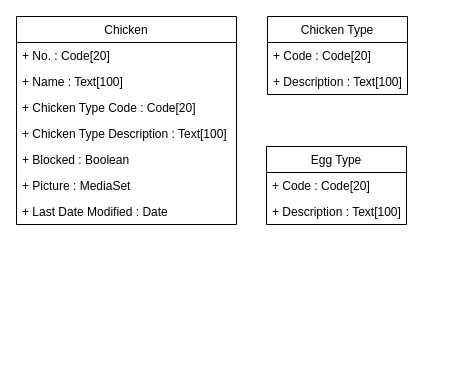
This is Chicken Management/eggsER.drawio from noahleca/formacionNoah, a draw.io file, before an edit. Source tidied: cells renumbered, new cells numbered last; positions are measured from the earlier drawing's top-left corner, leaving out a move shared by most shapes. Both pictures are drawn from the tidied source at 100%, with x=0, y=0 at pixel (16, 16).
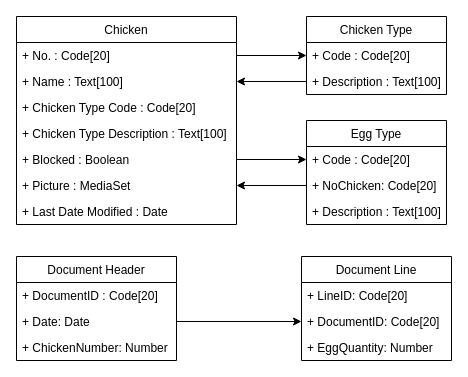
Above is the later version.

Unchanged cells that the change refers to:
```xml
<mxCell id="3" value="+ No. : Code[20]" style="text;strokeColor=none;fillColor=none;align=left;verticalAlign=top;spacingLeft=4;spacingRight=4;overflow=hidden;points=[[0,0.5],[1,0.5]];portConstraint=eastwest;" parent="2" vertex="1">
  <mxGeometry y="26" width="220" height="26" as="geometry" />
</mxCell>
<mxCell id="4" value="+ Name : Text[100]" style="text;strokeColor=none;fillColor=none;align=left;verticalAlign=top;spacingLeft=4;spacingRight=4;overflow=hidden;points=[[0,0.5],[1,0.5]];portConstraint=eastwest;" parent="2" vertex="1">
  <mxGeometry y="52" width="220" height="26" as="geometry" />
</mxCell>
<mxCell id="7" value="+ Blocked : Boolean" style="text;strokeColor=none;fillColor=none;align=left;verticalAlign=top;spacingLeft=4;spacingRight=4;overflow=hidden;points=[[0,0.5],[1,0.5]];portConstraint=eastwest;" parent="2" vertex="1">
  <mxGeometry y="130" width="220" height="26" as="geometry" />
</mxCell>
<mxCell id="8" value="+ Picture : MediaSet" style="text;strokeColor=none;fillColor=none;align=left;verticalAlign=top;spacingLeft=4;spacingRight=4;overflow=hidden;points=[[0,0.5],[1,0.5]];portConstraint=eastwest;" parent="2" vertex="1">
  <mxGeometry y="156" width="220" height="26" as="geometry" />
</mxCell>
<mxCell id="11" value="+ Code : Code[20]" style="text;strokeColor=none;fillColor=none;align=left;verticalAlign=top;spacingLeft=4;spacingRight=4;overflow=hidden;points=[[0,0.5],[1,0.5]];portConstraint=eastwest;" parent="10" vertex="1">
  <mxGeometry y="26" width="140" height="26" as="geometry" />
</mxCell>
<mxCell id="12" value="+ Description : Text[100]" style="text;strokeColor=none;fillColor=none;align=left;verticalAlign=top;spacingLeft=4;spacingRight=4;overflow=hidden;points=[[0,0.5],[1,0.5]];portConstraint=eastwest;" parent="10" vertex="1">
  <mxGeometry y="52" width="140" height="26" as="geometry" />
</mxCell>
<mxCell id="14" value="+ Code : Code[20]" style="text;strokeColor=none;fillColor=none;align=left;verticalAlign=top;spacingLeft=4;spacingRight=4;overflow=hidden;points=[[0,0.5],[1,0.5]];portConstraint=eastwest;" parent="13" vertex="1">
  <mxGeometry y="26" width="140" height="26" as="geometry" />
</mxCell>
```

The edit, as a diff of the source:
```diff
@@
     <mxCell id="10" value="Chicken Type" style="swimlane;fontStyle=0;horizontal=1;startSize=26;fillColor=none;" parent="1" vertex="1">
-      <mxGeometry x="251" width="140" height="78" as="geometry" />
+      <mxGeometry x="290" width="140" height="78" as="geometry" />
     </mxCell>
@@
     <mxCell id="13" value="Egg Type" style="swimlane;fontStyle=0;horizontal=1;startSize=26;fillColor=none;" parent="1" vertex="1">
-      <mxGeometry x="250" y="130" width="140" height="78" as="geometry" />
+      <mxGeometry x="290" y="104" width="140" height="104" as="geometry" />
     </mxCell>
@@
+    <mxCell id="16" value="+ NoChicken: Code[20]" style="text;strokeColor=none;fillColor=none;align=left;verticalAlign=top;spacingLeft=4;spacingRight=4;overflow=hidden;points=[[0,0.5],[1,0.5]];portConstraint=eastwest;" parent="13" vertex="1">
+      <mxGeometry y="52" width="140" height="26" as="geometry" />
+    </mxCell>
     <mxCell id="15" value="+ Description : Text[100]" style="text;strokeColor=none;fillColor=none;align=left;verticalAlign=top;spacingLeft=4;spacingRight=4;overflow=hidden;" parent="13" vertex="1">
-      <mxGeometry y="52" width="140" height="26" as="geometry" />
+      <mxGeometry y="78" width="140" height="26" as="geometry" />
     </mxCell>
+    <mxCell id="17" value="Document Header" style="swimlane;fontStyle=0;horizontal=1;startSize=26;fillColor=none;" parent="1" vertex="1">
+      <mxGeometry y="240" width="160" height="104" as="geometry" />
+    </mxCell>
+    <mxCell id="18" value="+ DocumentID : Code[20]" style="text;strokeColor=none;fillColor=none;align=left;verticalAlign=top;spacingLeft=4;spacingRight=4;overflow=hidden;" parent="17" vertex="1">
+      <mxGeometry y="26" width="160" height="26" as="geometry" />
+    </mxCell>
+    <mxCell id="19" value="+ Date: Date" style="text;strokeColor=none;fillColor=none;align=left;verticalAlign=top;spacingLeft=4;spacingRight=4;overflow=hidden;points=[[0,0.5],[1,0.5]];portConstraint=eastwest;" parent="17" vertex="1">
+      <mxGeometry y="52" width="160" height="26" as="geometry" />
+    </mxCell>
+    <mxCell id="20" value="+ ChickenNumber: Number" style="text;strokeColor=none;fillColor=none;align=left;verticalAlign=top;spacingLeft=4;spacingRight=4;overflow=hidden;" parent="17" vertex="1">
+      <mxGeometry y="78" width="160" height="26" as="geometry" />
+    </mxCell>
+    <mxCell id="21" value="Document Line" style="swimlane;fontStyle=0;horizontal=1;startSize=26;fillColor=none;" parent="1" vertex="1">
+      <mxGeometry x="285" y="240" width="150" height="104" as="geometry" />
+    </mxCell>
+    <mxCell id="22" value="+ LineID: Code[20]" style="text;strokeColor=none;fillColor=none;align=left;verticalAlign=top;spacingLeft=4;spacingRight=4;overflow=hidden;" parent="21" vertex="1">
+      <mxGeometry y="26" width="150" height="26" as="geometry" />
+    </mxCell>
+    <mxCell id="23" value="+ DocumentID: Code[20]" style="text;strokeColor=none;fillColor=none;align=left;verticalAlign=top;spacingLeft=4;spacingRight=4;overflow=hidden;points=[[0,0.5],[1,0.5]];portConstraint=eastwest;" parent="21" vertex="1">
+      <mxGeometry y="52" width="150" height="26" as="geometry" />
+    </mxCell>
+    <mxCell id="24" value="+ EggQuantity: Number" style="text;strokeColor=none;fillColor=none;align=left;verticalAlign=top;spacingLeft=4;spacingRight=4;overflow=hidden;" parent="21" vertex="1">
+      <mxGeometry y="78" width="150" height="26" as="geometry" />
+    </mxCell>
+    <mxCell id="25" style="edgeStyle=none;html=1;exitX=1;exitY=0.5;exitDx=0;exitDy=0;entryX=0;entryY=0.5;entryDx=0;entryDy=0;" parent="1" edge="1" source="19" target="23">
+      <mxGeometry relative="1" as="geometry" />
+    </mxCell>
+    <mxCell id="26" style="edgeStyle=none;html=1;exitX=1;exitY=0.5;exitDx=0;exitDy=0;entryX=0;entryY=0.5;entryDx=0;entryDy=0;" parent="1" edge="1" source="3" target="11">
+      <mxGeometry relative="1" as="geometry" />
+    </mxCell>
+    <mxCell id="27" style="edgeStyle=none;html=1;exitX=0;exitY=0.5;exitDx=0;exitDy=0;entryX=1;entryY=0.5;entryDx=0;entryDy=0;" parent="1" edge="1" source="12" target="4">
+      <mxGeometry relative="1" as="geometry" />
+    </mxCell>
+    <mxCell id="28" style="edgeStyle=none;html=1;exitX=1;exitY=0.5;exitDx=0;exitDy=0;entryX=0;entryY=0.5;entryDx=0;entryDy=0;" parent="1" edge="1" source="7" target="14">
+      <mxGeometry relative="1" as="geometry" />
+    </mxCell>
+    <mxCell id="29" style="edgeStyle=none;html=1;exitX=0;exitY=0.5;exitDx=0;exitDy=0;entryX=1;entryY=0.5;entryDx=0;entryDy=0;" parent="1" edge="1" source="16" target="8">
+      <mxGeometry relative="1" as="geometry" />
+    </mxCell>
```
